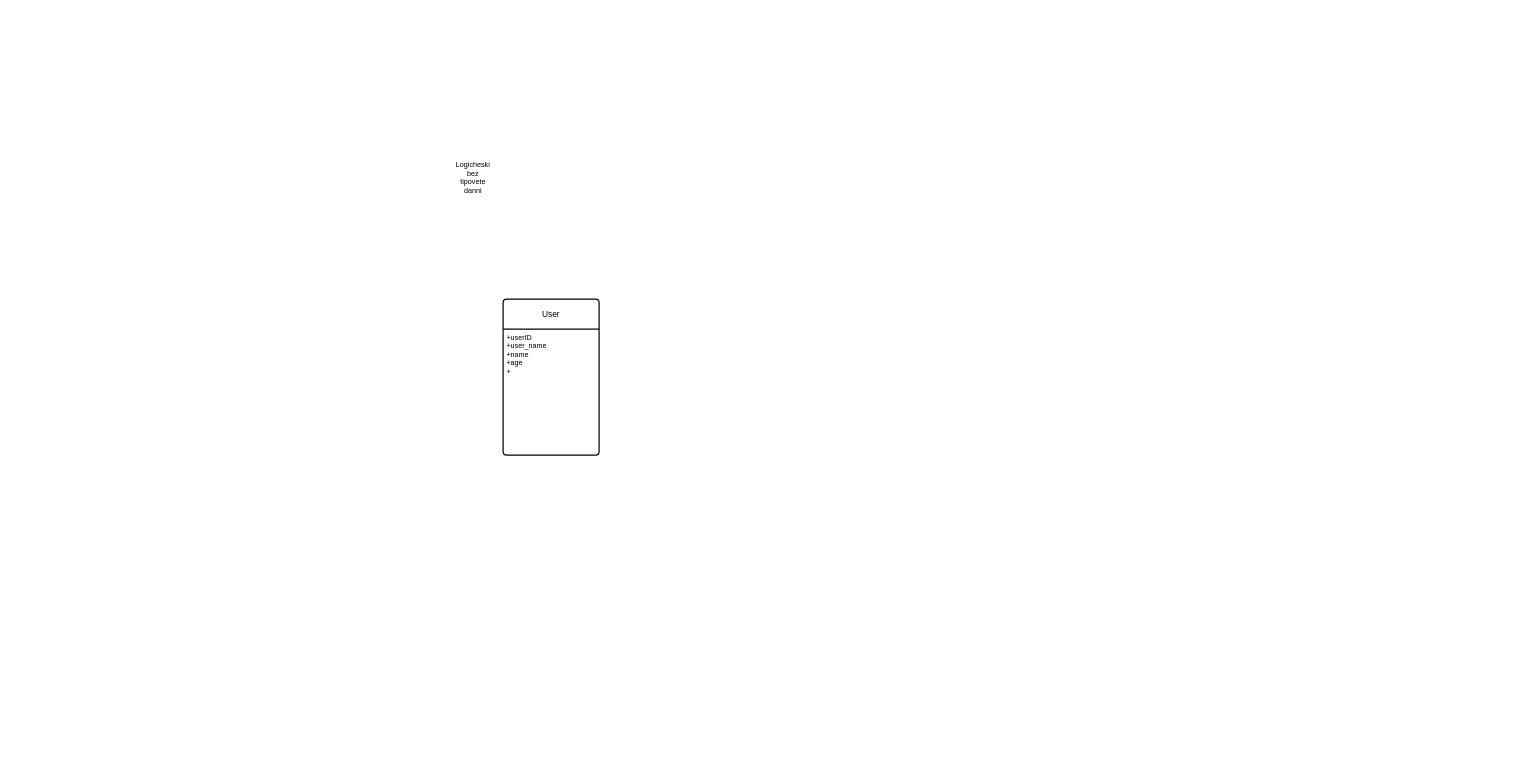
Above: Логически модел.drawio in ThEMueA/dataModeling (draw.io), before the change. Source tidied: cells renumbered, new cells numbered last; positions are measured from the earlier drawing's top-left corner, leaving out a move shared by most shapes. Both pictures are drawn from the tidied source at 60%, with x=0, y=0 at pixel (455, 173).
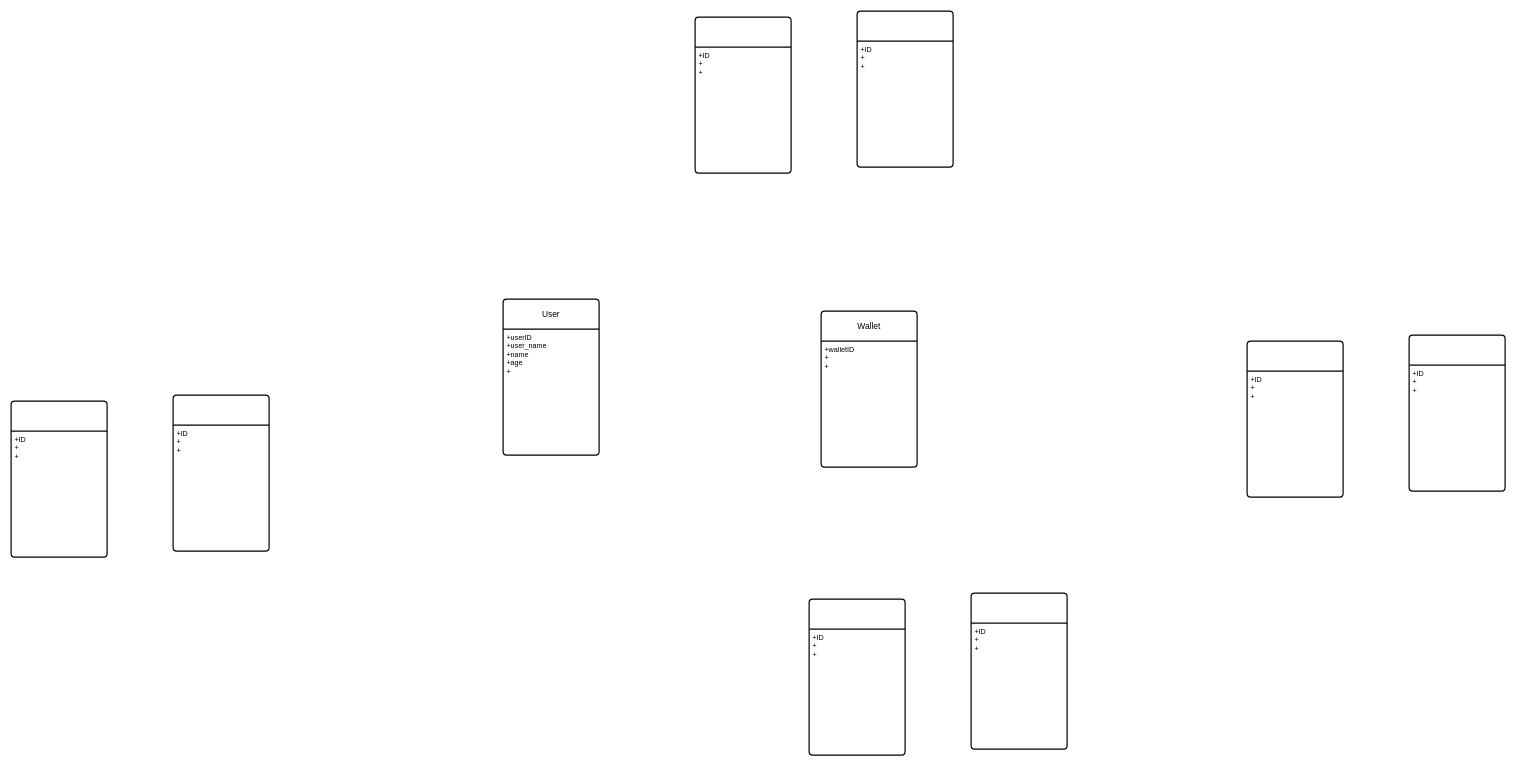
Above is the later version.

Diff of the diagram source:
```diff
@@
-    <mxCell id="2" value="Logicheski bez tipovete danni&lt;div&gt;&lt;br&gt;&lt;/div&gt;" style="text;html=1;whiteSpace=wrap;strokeColor=none;fillColor=none;align=center;verticalAlign=middle;rounded=0;" parent="1" vertex="1">
-      <mxGeometry width="60" height="30" as="geometry" />
-    </mxCell>
@@
+    <mxCell id="5" value="Wallet" style="swimlane;horizontal=1;startSize=50;rounded=1;fontSize=14;fontStyle=0;strokeWidth=2;shadow=0;dashed=0;align=center;arcSize=4;whiteSpace=wrap;html=1;" parent="1" vertex="1">
+      <mxGeometry x="610" y="230" width="160" height="260" as="geometry" />
+    </mxCell>
+    <mxCell id="6" value="+walletID&lt;br&gt;+&lt;br&gt;+&lt;div&gt;&lt;br&gt;&lt;/div&gt;" style="align=left;strokeColor=none;fillColor=none;spacingLeft=4;spacingRight=4;fontSize=12;verticalAlign=top;html=1;whiteSpace=wrap;" parent="5" vertex="1">
+      <mxGeometry y="50" width="160" height="210" as="geometry" />
+    </mxCell>
+    <mxCell id="7" style="swimlane;horizontal=1;startSize=50;rounded=1;fontSize=14;fontStyle=0;strokeWidth=2;shadow=0;dashed=0;align=center;arcSize=4;whiteSpace=wrap;html=1;" parent="1" vertex="1">
+      <mxGeometry x="590" y="710" width="160" height="260" as="geometry" />
+    </mxCell>
+    <mxCell id="8" value="+ID&lt;br&gt;+&lt;br&gt;+&lt;div&gt;&lt;br&gt;&lt;/div&gt;" style="align=left;strokeColor=none;fillColor=none;spacingLeft=4;spacingRight=4;fontSize=12;verticalAlign=top;html=1;whiteSpace=wrap;" parent="7" vertex="1">
+      <mxGeometry y="50" width="160" height="210" as="geometry" />
+    </mxCell>
+    <mxCell id="9" style="swimlane;horizontal=1;startSize=50;rounded=1;fontSize=14;fontStyle=0;strokeWidth=2;shadow=0;dashed=0;align=center;arcSize=4;whiteSpace=wrap;html=1;" parent="1" vertex="1">
+      <mxGeometry x="860" y="700" width="160" height="260" as="geometry" />
+    </mxCell>
+    <mxCell id="10" value="+ID&lt;br&gt;+&lt;br&gt;+&lt;div&gt;&lt;br&gt;&lt;/div&gt;" style="align=left;strokeColor=none;fillColor=none;spacingLeft=4;spacingRight=4;fontSize=12;verticalAlign=top;html=1;whiteSpace=wrap;" parent="9" vertex="1">
+      <mxGeometry y="50" width="160" height="210" as="geometry" />
+    </mxCell>
+    <mxCell id="11" style="swimlane;horizontal=1;startSize=50;rounded=1;fontSize=14;fontStyle=0;strokeWidth=2;shadow=0;dashed=0;align=center;arcSize=4;whiteSpace=wrap;html=1;" parent="1" vertex="1">
+      <mxGeometry x="1320" y="280" width="160" height="260" as="geometry" />
+    </mxCell>
+    <mxCell id="12" value="+ID&lt;br&gt;+&lt;br&gt;+&lt;div&gt;&lt;br&gt;&lt;/div&gt;" style="align=left;strokeColor=none;fillColor=none;spacingLeft=4;spacingRight=4;fontSize=12;verticalAlign=top;html=1;whiteSpace=wrap;" parent="11" vertex="1">
+      <mxGeometry y="50" width="160" height="210" as="geometry" />
+    </mxCell>
+    <mxCell id="13" style="swimlane;horizontal=1;startSize=50;rounded=1;fontSize=14;fontStyle=0;strokeWidth=2;shadow=0;dashed=0;align=center;arcSize=4;whiteSpace=wrap;html=1;" parent="1" vertex="1">
+      <mxGeometry x="1590" y="270" width="160" height="260" as="geometry" />
+    </mxCell>
+    <mxCell id="14" value="+ID&lt;br&gt;+&lt;br&gt;+&lt;div&gt;&lt;br&gt;&lt;/div&gt;" style="align=left;strokeColor=none;fillColor=none;spacingLeft=4;spacingRight=4;fontSize=12;verticalAlign=top;html=1;whiteSpace=wrap;" parent="13" vertex="1">
+      <mxGeometry y="50" width="160" height="210" as="geometry" />
+    </mxCell>
+    <mxCell id="15" style="swimlane;horizontal=1;startSize=50;rounded=1;fontSize=14;fontStyle=0;strokeWidth=2;shadow=0;dashed=0;align=center;arcSize=4;whiteSpace=wrap;html=1;" parent="1" vertex="1">
+      <mxGeometry x="400" y="-260" width="160" height="260" as="geometry" />
+    </mxCell>
+    <mxCell id="16" value="+ID&lt;br&gt;+&lt;br&gt;+&lt;div&gt;&lt;br&gt;&lt;/div&gt;" style="align=left;strokeColor=none;fillColor=none;spacingLeft=4;spacingRight=4;fontSize=12;verticalAlign=top;html=1;whiteSpace=wrap;" parent="15" vertex="1">
+      <mxGeometry y="50" width="160" height="210" as="geometry" />
+    </mxCell>
+    <mxCell id="17" style="swimlane;horizontal=1;startSize=50;rounded=1;fontSize=14;fontStyle=0;strokeWidth=2;shadow=0;dashed=0;align=center;arcSize=4;whiteSpace=wrap;html=1;" parent="1" vertex="1">
+      <mxGeometry x="670" y="-270" width="160" height="260" as="geometry" />
+    </mxCell>
+    <mxCell id="18" value="+ID&lt;br&gt;+&lt;br&gt;+&lt;div&gt;&lt;br&gt;&lt;/div&gt;" style="align=left;strokeColor=none;fillColor=none;spacingLeft=4;spacingRight=4;fontSize=12;verticalAlign=top;html=1;whiteSpace=wrap;" parent="17" vertex="1">
+      <mxGeometry y="50" width="160" height="210" as="geometry" />
+    </mxCell>
+    <mxCell id="19" style="swimlane;horizontal=1;startSize=50;rounded=1;fontSize=14;fontStyle=0;strokeWidth=2;shadow=0;dashed=0;align=center;arcSize=4;whiteSpace=wrap;html=1;" parent="1" vertex="1">
+      <mxGeometry x="-740" y="380" width="160" height="260" as="geometry" />
+    </mxCell>
+    <mxCell id="20" value="+ID&lt;br&gt;+&lt;br&gt;+&lt;div&gt;&lt;br&gt;&lt;/div&gt;" style="align=left;strokeColor=none;fillColor=none;spacingLeft=4;spacingRight=4;fontSize=12;verticalAlign=top;html=1;whiteSpace=wrap;" parent="19" vertex="1">
+      <mxGeometry y="50" width="160" height="210" as="geometry" />
+    </mxCell>
+    <mxCell id="21" style="swimlane;horizontal=1;startSize=50;rounded=1;fontSize=14;fontStyle=0;strokeWidth=2;shadow=0;dashed=0;align=center;arcSize=4;whiteSpace=wrap;html=1;" parent="1" vertex="1">
+      <mxGeometry x="-470" y="370" width="160" height="260" as="geometry" />
+    </mxCell>
+    <mxCell id="22" value="+ID&lt;br&gt;+&lt;br&gt;+&lt;div&gt;&lt;br&gt;&lt;/div&gt;" style="align=left;strokeColor=none;fillColor=none;spacingLeft=4;spacingRight=4;fontSize=12;verticalAlign=top;html=1;whiteSpace=wrap;" parent="21" vertex="1">
+      <mxGeometry y="50" width="160" height="210" as="geometry" />
+    </mxCell>
```
